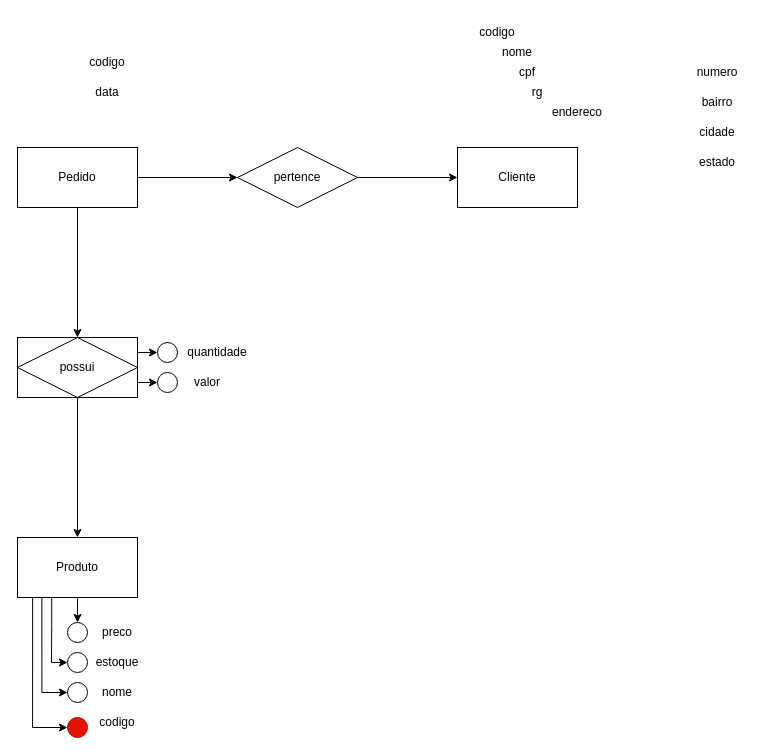
Above: Banco-de-Dados/diagrama_ref_01.drawio in mateus-s-a/IFMT_Eng_Computacao (draw.io), before the change. Source tidied: cells renumbered, new cells numbered last; positions are measured from the earlier drawing's top-left corner, leaving out a move shared by most shapes. Both pictures are drawn from the tidied source at 100%, with x=0, y=0 at pixel (17, 17).
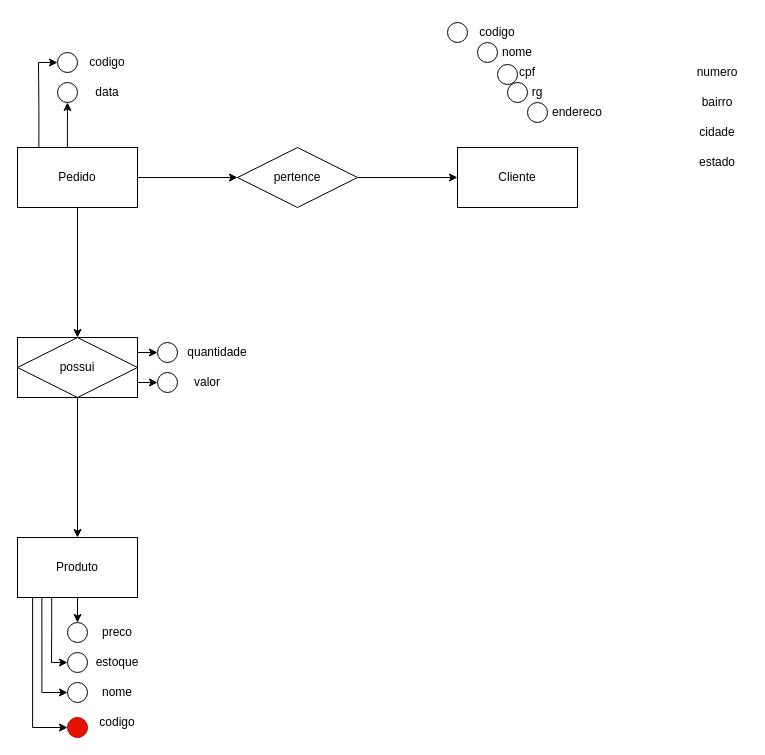
Above is the later version.

The change refers to these unchanged cells:
```xml
<mxCell id="4" value="Pedido" style="rounded=0;whiteSpace=wrap;html=1;" parent="1" vertex="1">
  <mxGeometry y="130" width="120" height="60" as="geometry" />
</mxCell>
```

What changed in the source:
```diff
@@
+    <mxCell id="42" style="edgeStyle=orthogonalEdgeStyle;rounded=0;jettySize=auto;html=1;entryX=0.5;entryY=1;entryDx=0;entryDy=0;exitX=0.416;exitY=0.021;exitDx=0;exitDy=0;exitPerimeter=0;" parent="1" edge="1" source="4" target="45">
+      <mxGeometry relative="1" as="geometry" />
+    </mxCell>
+    <mxCell id="43" style="edgeStyle=orthogonalEdgeStyle;rounded=0;jettySize=auto;html=1;entryX=0;entryY=0.5;entryDx=0;entryDy=0;exitX=0.178;exitY=0.014;exitDx=0;exitDy=0;exitPerimeter=0;" parent="1" edge="1" source="4" target="44">
+      <mxGeometry relative="1" as="geometry">
+        <Array as="points">
+          <mxPoint x="21" y="93" />
+          <mxPoint x="21" y="93" />
+          <mxPoint x="21" y="45" />
+        </Array>
+      </mxGeometry>
+    </mxCell>
@@
+    <mxCell id="44" style="ellipse;whiteSpace=wrap;html=1;" parent="1" vertex="1">
+      <mxGeometry x="40" y="35" width="20" height="20" as="geometry" />
+    </mxCell>
+    <mxCell id="45" style="ellipse;whiteSpace=wrap;html=1;" parent="1" vertex="1">
+      <mxGeometry x="40" y="65" width="20" height="20" as="geometry" />
+    </mxCell>
+    <mxCell id="46" style="ellipse;whiteSpace=wrap;html=1;" parent="1" vertex="1">
+      <mxGeometry x="430" y="5" width="20" height="20" as="geometry" />
+    </mxCell>
+    <mxCell id="47" style="ellipse;whiteSpace=wrap;html=1;" parent="1" vertex="1">
+      <mxGeometry x="460" y="25" width="20" height="20" as="geometry" />
+    </mxCell>
+    <mxCell id="48" style="ellipse;whiteSpace=wrap;html=1;" parent="1" vertex="1">
+      <mxGeometry x="480" y="47" width="20" height="20" as="geometry" />
+    </mxCell>
+    <mxCell id="49" style="ellipse;whiteSpace=wrap;html=1;" parent="1" vertex="1">
+      <mxGeometry x="490" y="65" width="20" height="20" as="geometry" />
+    </mxCell>
+    <mxCell id="50" style="ellipse;whiteSpace=wrap;html=1;" parent="1" vertex="1">
+      <mxGeometry x="510" y="85" width="20" height="20" as="geometry" />
+    </mxCell>
```
